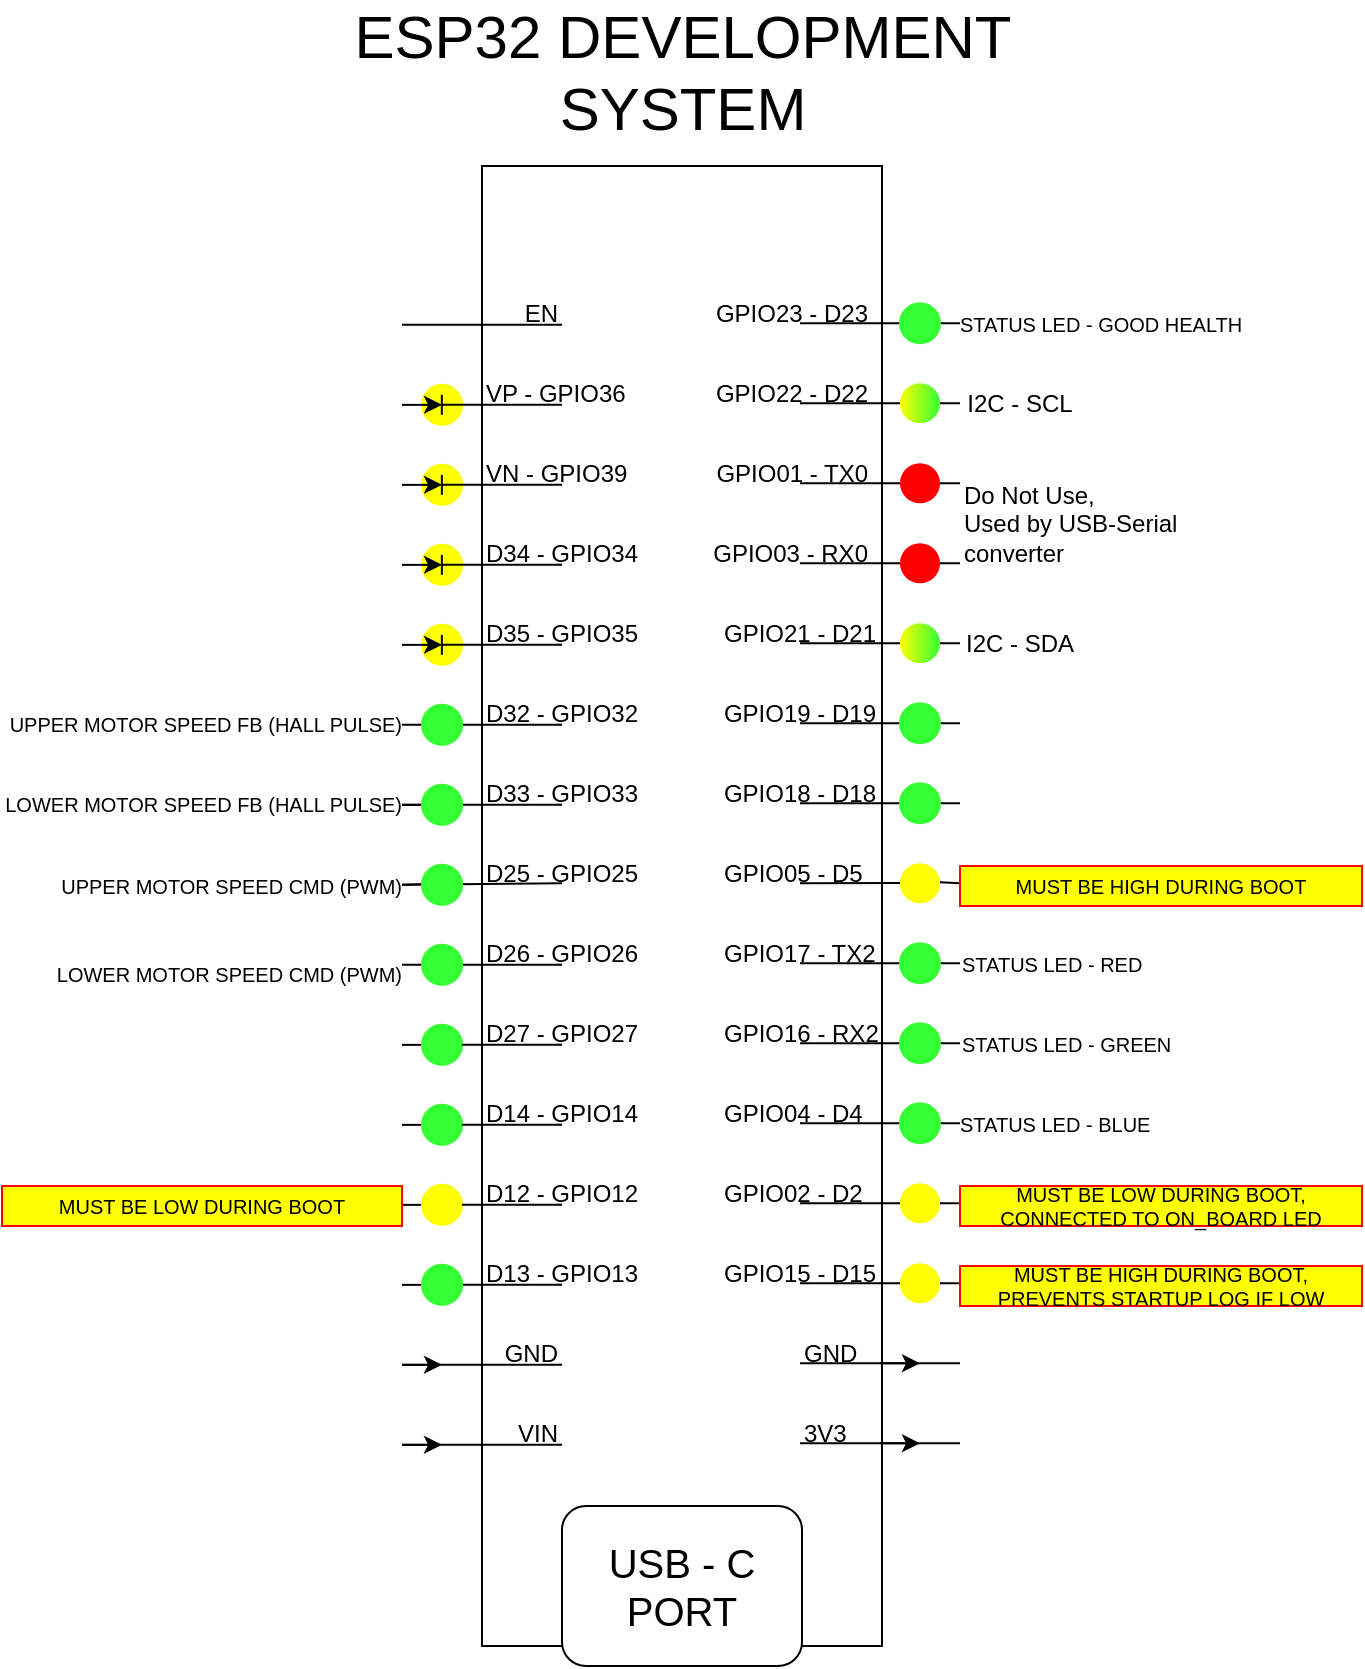
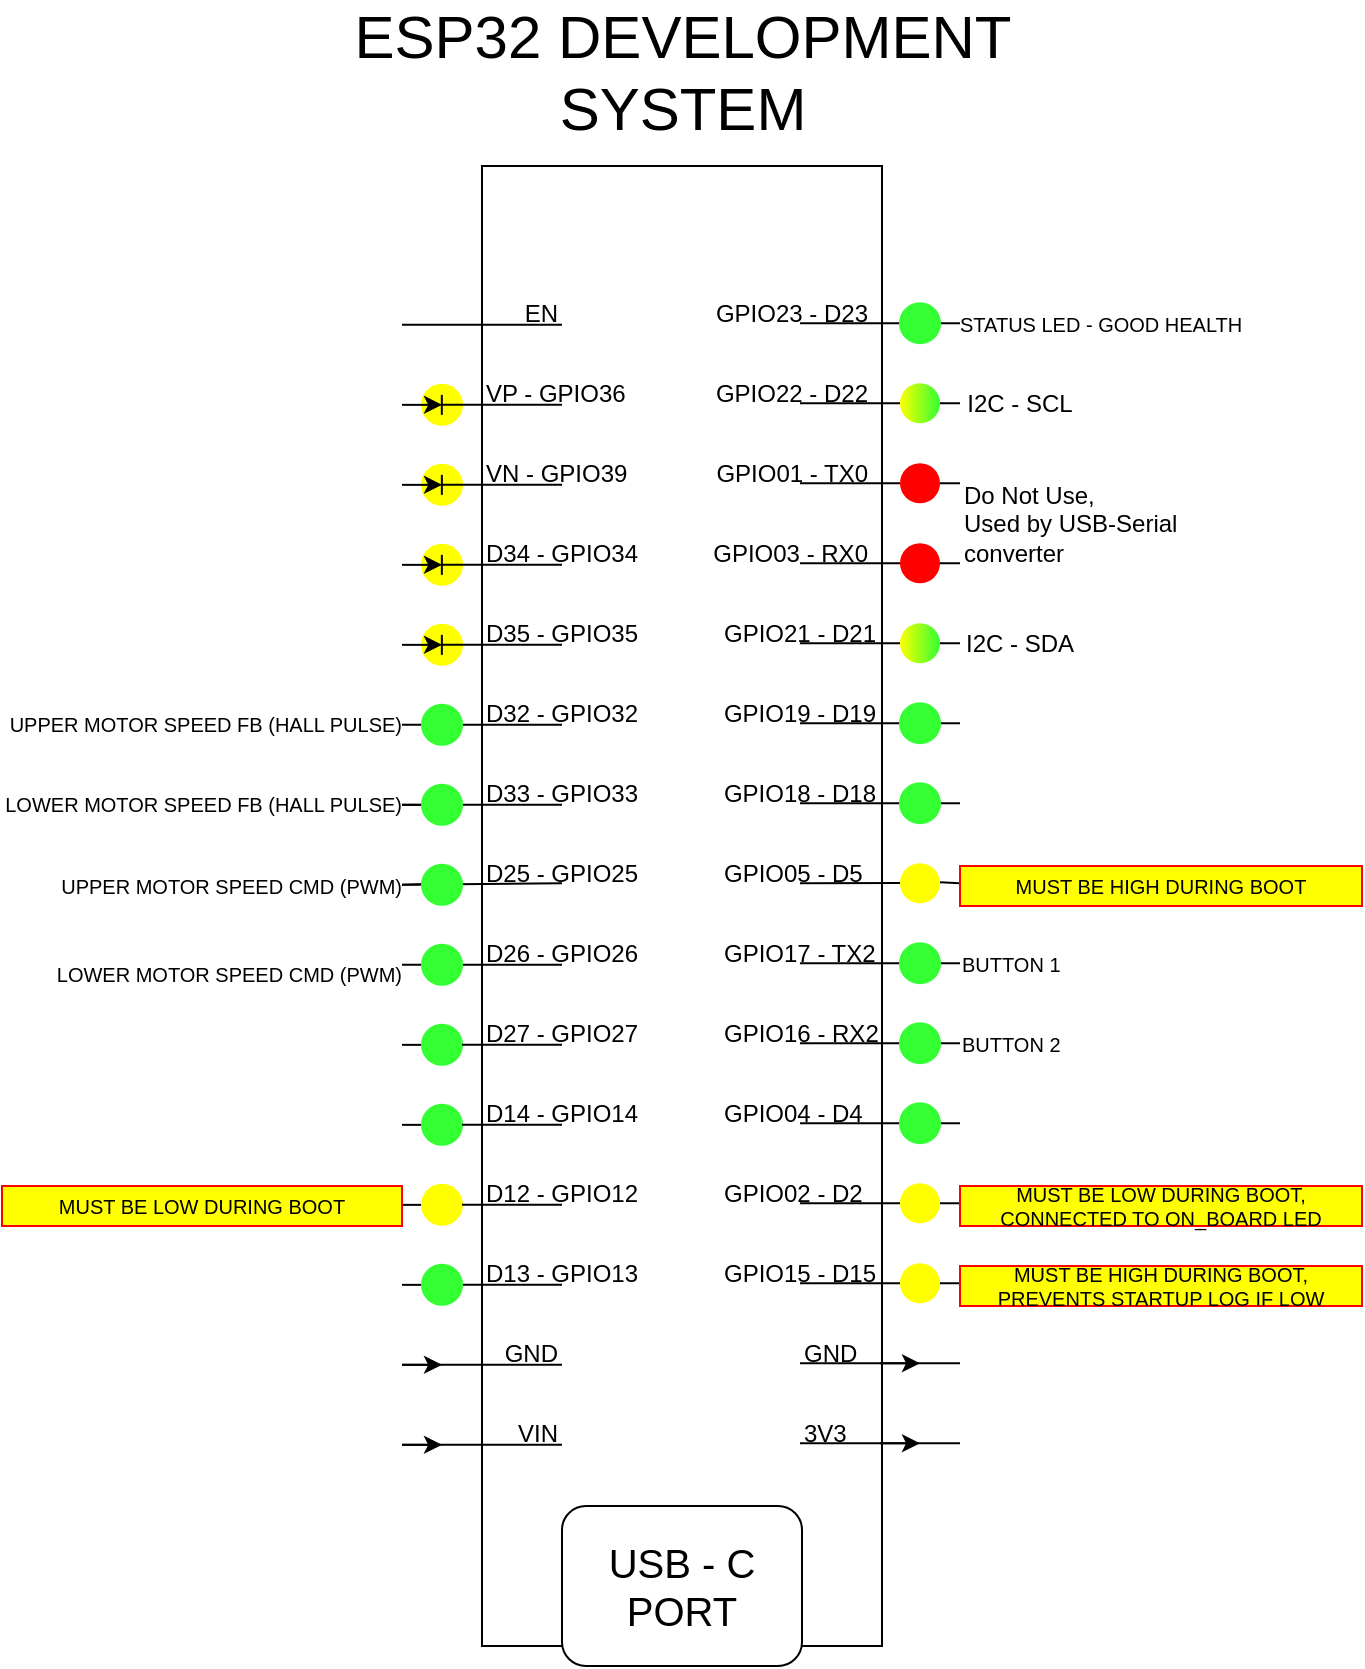
<mxfile host="Electron" agent="Mozilla/5.0 (Windows NT 10.0; Win64; x64) AppleWebKit/537.36 (KHTML, like Gecko) draw.io/29.5.2 Chrome/142.0.7444.265 Electron/39.6.1 Safari/537.36" version="29.5.2">
  <diagram name="Page-1" id="GYwgcU5X_sCvBlKbDRHp">
    <mxGraphModel dx="1213" dy="828" grid="1" gridSize="10" guides="1" tooltips="1" connect="1" arrows="1" fold="1" page="1" pageScale="1" pageWidth="850" pageHeight="1100" math="0" shadow="0">
      <root>
        <mxCell id="0" />
        <mxCell id="1" parent="0" />
        <mxCell id="-yiGoYmpeVD1rC5S9Sgd-11" edge="1" parent="1" source="5_z1-Tb_A7Iwx3X07vql-87" style="endArrow=none;html=1;rounded=0;" value="">
          <mxGeometry height="50" relative="1" width="50" as="geometry">
            <mxPoint x="360" y="599.43" as="sourcePoint" />
            <mxPoint x="280" y="599.43" as="targetPoint" />
          </mxGeometry>
        </mxCell>
        <mxCell id="-yiGoYmpeVD1rC5S9Sgd-12" edge="1" parent="1" source="5_z1-Tb_A7Iwx3X07vql-85" style="endArrow=none;html=1;rounded=0;" value="">
          <mxGeometry height="50" relative="1" width="50" as="geometry">
            <mxPoint x="360" y="639.43" as="sourcePoint" />
            <mxPoint x="280" y="639.43" as="targetPoint" />
          </mxGeometry>
        </mxCell>
        <mxCell id="-yiGoYmpeVD1rC5S9Sgd-13" edge="1" parent="1" source="5_z1-Tb_A7Iwx3X07vql-104" style="endArrow=none;html=1;rounded=0;" value="">
          <mxGeometry height="50" relative="1" width="50" as="geometry">
            <mxPoint x="360" y="679.43" as="sourcePoint" />
            <mxPoint x="280" y="679.43" as="targetPoint" />
          </mxGeometry>
        </mxCell>
        <mxCell id="5_z1-Tb_A7Iwx3X07vql-85" parent="1" style="ellipse;whiteSpace=wrap;html=1;fillColor=#33FF33;strokeColor=#33FF33;" value="" vertex="1">
          <mxGeometry height="20" width="20" x="290" y="629.43" as="geometry" />
        </mxCell>
        <mxCell id="5_z1-Tb_A7Iwx3X07vql-87" parent="1" style="ellipse;whiteSpace=wrap;html=1;fillColor=#33FF33;strokeColor=#33FF33;" value="" vertex="1">
          <mxGeometry height="20" width="20" x="290" y="589.43" as="geometry" />
        </mxCell>
        <mxCell id="5_z1-Tb_A7Iwx3X07vql-104" parent="1" style="ellipse;whiteSpace=wrap;html=1;fillColor=#FFFF00;strokeColor=#FFFF00;" value="" vertex="1">
          <mxGeometry height="20" width="20" x="290" y="669.43" as="geometry" />
        </mxCell>
        <mxCell id="5_z1-Tb_A7Iwx3X07vql-103" parent="1" style="ellipse;whiteSpace=wrap;html=1;fillColor=#FFFF00;strokeColor=#FFFF00;" value="" vertex="1">
          <mxGeometry height="20" width="20" x="290" y="269.43" as="geometry" />
        </mxCell>
        <mxCell id="5_z1-Tb_A7Iwx3X07vql-105" parent="1" style="ellipse;whiteSpace=wrap;html=1;fillColor=#FFFF00;strokeColor=#FFFF00;" value="" vertex="1">
          <mxGeometry height="20" width="20" x="290" y="309.43" as="geometry" />
        </mxCell>
        <mxCell id="5_z1-Tb_A7Iwx3X07vql-106" parent="1" style="ellipse;whiteSpace=wrap;html=1;fillColor=#FFFF00;strokeColor=#FFFF00;" value="" vertex="1">
          <mxGeometry height="20" width="20" x="290" y="349.43" as="geometry" />
        </mxCell>
        <mxCell id="5_z1-Tb_A7Iwx3X07vql-107" parent="1" style="ellipse;whiteSpace=wrap;html=1;fillColor=#FFFF00;strokeColor=#FFFF00;" value="" vertex="1">
          <mxGeometry height="20" width="20" x="290" y="389.43" as="geometry" />
        </mxCell>
        <mxCell id="-yiGoYmpeVD1rC5S9Sgd-1" parent="1" style="rounded=0;html=1;fontSize=30;labelPosition=center;verticalLabelPosition=top;align=center;verticalAlign=bottom;spacing=10;" value="ESP32 DEVELOPMENT&lt;div&gt;SYSTEM&lt;/div&gt;" vertex="1">
          <mxGeometry height="740" width="200" x="320" y="160" as="geometry" />
        </mxCell>
        <mxCell id="-yiGoYmpeVD1rC5S9Sgd-2" edge="1" parent="1" style="endArrow=none;html=1;rounded=0;" value="">
          <mxGeometry height="50" relative="1" width="50" as="geometry">
            <mxPoint x="360" y="239.43" as="sourcePoint" />
            <mxPoint x="280" y="239.43" as="targetPoint" />
          </mxGeometry>
        </mxCell>
        <mxCell id="-yiGoYmpeVD1rC5S9Sgd-3" edge="1" parent="1" style="endArrow=none;html=1;rounded=0;strokeWidth=1;" value="">
          <mxGeometry height="50" relative="1" width="50" as="geometry">
            <mxPoint x="360" y="279.43" as="sourcePoint" />
            <mxPoint x="300" y="279.43" as="targetPoint" />
          </mxGeometry>
        </mxCell>
        <mxCell id="-yiGoYmpeVD1rC5S9Sgd-4" edge="1" parent="1" style="endArrow=none;html=1;rounded=0;" value="">
          <mxGeometry height="50" relative="1" width="50" as="geometry">
            <mxPoint x="360" y="319.43" as="sourcePoint" />
            <mxPoint x="300" y="319.43" as="targetPoint" />
          </mxGeometry>
        </mxCell>
        <mxCell id="-yiGoYmpeVD1rC5S9Sgd-5" edge="1" parent="1" style="endArrow=none;html=1;rounded=0;" value="">
          <mxGeometry height="50" relative="1" width="50" as="geometry">
            <mxPoint x="360" y="359.43" as="sourcePoint" />
            <mxPoint x="300" y="359.43" as="targetPoint" />
          </mxGeometry>
        </mxCell>
        <mxCell id="-yiGoYmpeVD1rC5S9Sgd-6" edge="1" parent="1" style="endArrow=none;html=1;rounded=0;" value="">
          <mxGeometry height="50" relative="1" width="50" as="geometry">
            <mxPoint x="360" y="399.43" as="sourcePoint" />
            <mxPoint x="300" y="399.43" as="targetPoint" />
          </mxGeometry>
        </mxCell>
        <mxCell id="-yiGoYmpeVD1rC5S9Sgd-10" edge="1" parent="1" style="endArrow=none;html=1;rounded=0;" value="">
          <mxGeometry height="50" relative="1" width="50" as="geometry">
            <mxPoint x="360" y="559.43" as="sourcePoint" />
            <mxPoint x="280" y="559.43" as="targetPoint" />
          </mxGeometry>
        </mxCell>
        <mxCell id="-yiGoYmpeVD1rC5S9Sgd-14" edge="1" parent="1" source="5_z1-Tb_A7Iwx3X07vql-130" style="endArrow=none;html=1;rounded=0;" value="">
          <mxGeometry height="50" relative="1" width="50" as="geometry">
            <mxPoint x="360" y="719.43" as="sourcePoint" />
            <mxPoint x="280" y="719.43" as="targetPoint" />
          </mxGeometry>
        </mxCell>
        <mxCell id="-yiGoYmpeVD1rC5S9Sgd-15" edge="1" parent="1" style="endArrow=none;html=1;rounded=0;" value="">
          <mxGeometry height="50" relative="1" width="50" as="geometry">
            <mxPoint x="360" y="759.43" as="sourcePoint" />
            <mxPoint x="280" y="759.43" as="targetPoint" />
          </mxGeometry>
        </mxCell>
        <mxCell id="-yiGoYmpeVD1rC5S9Sgd-16" edge="1" parent="1" style="endArrow=none;html=1;rounded=0;" value="">
          <mxGeometry height="50" relative="1" width="50" as="geometry">
            <mxPoint x="360" y="799.43" as="sourcePoint" />
            <mxPoint x="280" y="799.43" as="targetPoint" />
          </mxGeometry>
        </mxCell>
        <mxCell id="-yiGoYmpeVD1rC5S9Sgd-17" parent="1" style="rounded=1;whiteSpace=wrap;html=1;fontSize=20;" value="USB - C&lt;div&gt;PORT&lt;/div&gt;" vertex="1">
          <mxGeometry height="80" width="120" x="360" y="830" as="geometry" />
        </mxCell>
        <mxCell id="-yiGoYmpeVD1rC5S9Sgd-18" edge="1" parent="1" source="5_z1-Tb_A7Iwx3X07vql-74" style="endArrow=none;html=1;rounded=0;" value="">
          <mxGeometry height="50" relative="1" width="50" as="geometry">
            <mxPoint x="559" y="238.63000000000002" as="sourcePoint" />
            <mxPoint x="479" y="238.63000000000002" as="targetPoint" />
          </mxGeometry>
        </mxCell>
        <mxCell id="-yiGoYmpeVD1rC5S9Sgd-19" edge="1" parent="1" style="endArrow=none;html=1;rounded=0;" value="">
          <mxGeometry height="50" relative="1" width="50" as="geometry">
            <mxPoint x="559" y="278.63" as="sourcePoint" />
            <mxPoint x="479" y="278.63" as="targetPoint" />
          </mxGeometry>
        </mxCell>
        <mxCell id="-yiGoYmpeVD1rC5S9Sgd-20" edge="1" parent="1" source="5_z1-Tb_A7Iwx3X07vql-137" style="endArrow=none;html=1;rounded=0;" value="">
          <mxGeometry height="50" relative="1" width="50" as="geometry">
            <mxPoint x="559" y="318.63" as="sourcePoint" />
            <mxPoint x="479" y="318.63" as="targetPoint" />
          </mxGeometry>
        </mxCell>
        <mxCell id="-yiGoYmpeVD1rC5S9Sgd-21" edge="1" parent="1" style="endArrow=none;html=1;rounded=0;" value="">
          <mxGeometry height="50" relative="1" width="50" as="geometry">
            <mxPoint x="559" y="358.63" as="sourcePoint" />
            <mxPoint x="479" y="358.63" as="targetPoint" />
          </mxGeometry>
        </mxCell>
        <mxCell id="-yiGoYmpeVD1rC5S9Sgd-22" edge="1" parent="1" style="endArrow=none;html=1;rounded=0;" value="">
          <mxGeometry height="50" relative="1" width="50" as="geometry">
            <mxPoint x="559" y="398.63" as="sourcePoint" />
            <mxPoint x="479" y="398.63" as="targetPoint" />
          </mxGeometry>
        </mxCell>
        <mxCell id="-yiGoYmpeVD1rC5S9Sgd-23" edge="1" parent="1" source="5_z1-Tb_A7Iwx3X07vql-72" style="endArrow=none;html=1;rounded=0;" value="">
          <mxGeometry height="50" relative="1" width="50" as="geometry">
            <mxPoint x="559" y="438.63" as="sourcePoint" />
            <mxPoint x="479" y="438.63" as="targetPoint" />
          </mxGeometry>
        </mxCell>
        <mxCell id="-yiGoYmpeVD1rC5S9Sgd-24" edge="1" parent="1" source="5_z1-Tb_A7Iwx3X07vql-76" style="endArrow=none;html=1;rounded=0;" value="">
          <mxGeometry height="50" relative="1" width="50" as="geometry">
            <mxPoint x="559" y="478.63" as="sourcePoint" />
            <mxPoint x="479" y="478.63" as="targetPoint" />
          </mxGeometry>
        </mxCell>
        <mxCell id="-yiGoYmpeVD1rC5S9Sgd-25" edge="1" parent="1" source="5_z1-Tb_A7Iwx3X07vql-119" style="endArrow=none;html=1;rounded=0;" value="">
          <mxGeometry height="50" relative="1" width="50" as="geometry">
            <mxPoint x="559" y="518.6299999999999" as="sourcePoint" />
            <mxPoint x="479" y="518.6299999999999" as="targetPoint" />
          </mxGeometry>
        </mxCell>
        <mxCell id="-yiGoYmpeVD1rC5S9Sgd-26" edge="1" parent="1" source="5_z1-Tb_A7Iwx3X07vql-82" style="endArrow=none;html=1;rounded=0;" value="">
          <mxGeometry height="50" relative="1" width="50" as="geometry">
            <mxPoint x="559" y="558.6299999999999" as="sourcePoint" />
            <mxPoint x="479" y="558.6299999999999" as="targetPoint" />
          </mxGeometry>
        </mxCell>
        <mxCell id="-yiGoYmpeVD1rC5S9Sgd-27" edge="1" parent="1" source="5_z1-Tb_A7Iwx3X07vql-80" style="endArrow=none;html=1;rounded=0;" value="">
          <mxGeometry height="50" relative="1" width="50" as="geometry">
            <mxPoint x="559" y="598.6299999999999" as="sourcePoint" />
            <mxPoint x="479" y="598.6299999999999" as="targetPoint" />
          </mxGeometry>
        </mxCell>
        <mxCell id="-yiGoYmpeVD1rC5S9Sgd-28" edge="1" parent="1" source="5_z1-Tb_A7Iwx3X07vql-78" style="endArrow=none;html=1;rounded=0;" value="">
          <mxGeometry height="50" relative="1" width="50" as="geometry">
            <mxPoint x="559" y="638.6299999999999" as="sourcePoint" />
            <mxPoint x="479" y="638.6299999999999" as="targetPoint" />
          </mxGeometry>
        </mxCell>
        <mxCell id="-yiGoYmpeVD1rC5S9Sgd-29" edge="1" parent="1" source="5_z1-Tb_A7Iwx3X07vql-122" style="endArrow=none;html=1;rounded=0;" value="">
          <mxGeometry height="50" relative="1" width="50" as="geometry">
            <mxPoint x="559" y="678.6299999999999" as="sourcePoint" />
            <mxPoint x="479" y="678.6299999999999" as="targetPoint" />
          </mxGeometry>
        </mxCell>
        <mxCell id="-yiGoYmpeVD1rC5S9Sgd-30" edge="1" parent="1" style="endArrow=none;html=1;rounded=0;" value="">
          <mxGeometry height="50" relative="1" width="50" as="geometry">
            <mxPoint x="559" y="718.6299999999999" as="sourcePoint" />
            <mxPoint x="479" y="718.6299999999999" as="targetPoint" />
          </mxGeometry>
        </mxCell>
        <mxCell id="-yiGoYmpeVD1rC5S9Sgd-31" edge="1" parent="1" style="endArrow=none;html=1;rounded=0;" value="">
          <mxGeometry height="50" relative="1" width="50" as="geometry">
            <mxPoint x="559" y="758.6299999999999" as="sourcePoint" />
            <mxPoint x="479" y="758.6299999999999" as="targetPoint" />
          </mxGeometry>
        </mxCell>
        <mxCell id="-yiGoYmpeVD1rC5S9Sgd-32" edge="1" parent="1" style="endArrow=none;html=1;rounded=0;" value="">
          <mxGeometry height="50" relative="1" width="50" as="geometry">
            <mxPoint x="559" y="798.6299999999999" as="sourcePoint" />
            <mxPoint x="479" y="798.6299999999999" as="targetPoint" />
          </mxGeometry>
        </mxCell>
        <mxCell id="-yiGoYmpeVD1rC5S9Sgd-36" parent="1" style="text;html=1;whiteSpace=wrap;strokeColor=none;fillColor=none;align=left;verticalAlign=middle;rounded=0;labelPosition=center;verticalLabelPosition=middle;" value="3V3" vertex="1">
          <mxGeometry height="10" width="40" x="479" y="788.6299999999999" as="geometry" />
        </mxCell>
        <mxCell id="-yiGoYmpeVD1rC5S9Sgd-37" parent="1" style="text;html=1;whiteSpace=wrap;strokeColor=none;fillColor=none;align=left;verticalAlign=middle;rounded=0;labelPosition=center;verticalLabelPosition=middle;" value="GND" vertex="1">
          <mxGeometry height="10" width="40" x="479" y="748.6299999999999" as="geometry" />
        </mxCell>
        <mxCell id="-yiGoYmpeVD1rC5S9Sgd-38" parent="1" style="text;html=1;whiteSpace=wrap;strokeColor=none;fillColor=none;align=left;verticalAlign=middle;rounded=0;labelPosition=center;verticalLabelPosition=middle;" value="GPIO15 - D15" vertex="1">
          <mxGeometry height="10" width="80" x="439" y="708.6299999999999" as="geometry" />
        </mxCell>
        <mxCell id="-yiGoYmpeVD1rC5S9Sgd-39" parent="1" style="text;html=1;whiteSpace=wrap;strokeColor=none;fillColor=none;align=left;verticalAlign=middle;rounded=0;labelPosition=center;verticalLabelPosition=middle;" value="GPIO02 - D2" vertex="1">
          <mxGeometry height="10" width="80" x="439" y="668.6299999999999" as="geometry" />
        </mxCell>
        <mxCell id="-yiGoYmpeVD1rC5S9Sgd-40" parent="1" style="text;html=1;whiteSpace=wrap;strokeColor=none;fillColor=none;align=left;verticalAlign=middle;rounded=0;labelPosition=center;verticalLabelPosition=middle;" value="GPIO04 - D4" vertex="1">
          <mxGeometry height="10" width="80" x="439" y="628.6299999999999" as="geometry" />
        </mxCell>
        <mxCell id="-yiGoYmpeVD1rC5S9Sgd-41" parent="1" style="text;html=1;whiteSpace=wrap;strokeColor=none;fillColor=none;align=left;verticalAlign=middle;rounded=0;labelPosition=center;verticalLabelPosition=middle;" value="GPIO16 - RX2" vertex="1">
          <mxGeometry height="10" width="80" x="439" y="588.6299999999999" as="geometry" />
        </mxCell>
        <mxCell id="-yiGoYmpeVD1rC5S9Sgd-42" parent="1" style="text;html=1;whiteSpace=wrap;strokeColor=none;fillColor=none;align=left;verticalAlign=middle;rounded=0;labelPosition=center;verticalLabelPosition=middle;" value="GPIO17 - TX2" vertex="1">
          <mxGeometry height="10" width="80" x="439" y="548.6299999999999" as="geometry" />
        </mxCell>
        <mxCell id="-yiGoYmpeVD1rC5S9Sgd-43" parent="1" style="text;html=1;whiteSpace=wrap;strokeColor=none;fillColor=none;align=left;verticalAlign=middle;rounded=0;labelPosition=center;verticalLabelPosition=middle;" value="GPIO05 - D5" vertex="1">
          <mxGeometry height="10" width="80" x="439" y="508.63" as="geometry" />
        </mxCell>
        <mxCell id="-yiGoYmpeVD1rC5S9Sgd-44" parent="1" style="text;html=1;whiteSpace=wrap;strokeColor=none;fillColor=none;align=right;verticalAlign=middle;rounded=0;labelPosition=center;verticalLabelPosition=middle;" value="GPIO18 - D18" vertex="1">
          <mxGeometry height="10" width="80" x="439" y="468.63" as="geometry" />
        </mxCell>
        <mxCell id="-yiGoYmpeVD1rC5S9Sgd-45" parent="1" style="text;html=1;whiteSpace=wrap;strokeColor=none;fillColor=none;align=right;verticalAlign=middle;rounded=0;labelPosition=center;verticalLabelPosition=middle;" value="GPIO19 - D19" vertex="1">
          <mxGeometry height="10" width="80" x="439" y="428.63" as="geometry" />
        </mxCell>
        <mxCell id="-yiGoYmpeVD1rC5S9Sgd-49" parent="1" style="text;html=1;whiteSpace=wrap;strokeColor=none;fillColor=none;align=left;verticalAlign=middle;rounded=0;labelPosition=center;verticalLabelPosition=middle;" value="GPIO21 - D21" vertex="1">
          <mxGeometry height="10" width="80" x="439" y="388.63" as="geometry" />
        </mxCell>
        <mxCell id="-yiGoYmpeVD1rC5S9Sgd-50" parent="1" style="text;html=1;whiteSpace=wrap;strokeColor=none;fillColor=none;align=right;verticalAlign=middle;rounded=0;labelPosition=center;verticalLabelPosition=middle;" value="GPIO03 - RX0" vertex="1">
          <mxGeometry height="10" width="100" x="415" y="348.63" as="geometry" />
        </mxCell>
        <mxCell id="-yiGoYmpeVD1rC5S9Sgd-51" parent="1" style="text;html=1;whiteSpace=wrap;strokeColor=none;fillColor=none;align=right;verticalAlign=middle;rounded=0;labelPosition=center;verticalLabelPosition=middle;" value="GPIO01 - TX0" vertex="1">
          <mxGeometry height="10" width="100" x="415" y="308.63" as="geometry" />
        </mxCell>
        <mxCell id="-yiGoYmpeVD1rC5S9Sgd-52" parent="1" style="text;html=1;whiteSpace=wrap;strokeColor=none;fillColor=none;align=right;verticalAlign=middle;rounded=0;labelPosition=center;verticalLabelPosition=middle;" value="GPIO22 - D22" vertex="1">
          <mxGeometry height="10" width="100" x="415" y="268.63" as="geometry" />
        </mxCell>
        <mxCell id="-yiGoYmpeVD1rC5S9Sgd-53" parent="1" style="text;html=1;whiteSpace=wrap;strokeColor=none;fillColor=none;align=right;verticalAlign=middle;rounded=0;labelPosition=center;verticalLabelPosition=middle;" value="GPIO23 - D23" vertex="1">
          <mxGeometry height="10" width="110" x="405" y="228.63000000000002" as="geometry" />
        </mxCell>
        <mxCell id="-yiGoYmpeVD1rC5S9Sgd-56" parent="1" style="text;html=1;whiteSpace=wrap;strokeColor=none;fillColor=none;align=right;verticalAlign=middle;rounded=0;labelPosition=center;verticalLabelPosition=middle;" value="VIN" vertex="1">
          <mxGeometry height="10" width="30" x="330" y="789.43" as="geometry" />
        </mxCell>
        <mxCell id="-yiGoYmpeVD1rC5S9Sgd-57" parent="1" style="text;html=1;whiteSpace=wrap;strokeColor=none;fillColor=none;align=right;verticalAlign=middle;rounded=0;labelPosition=center;verticalLabelPosition=middle;" value="GND" vertex="1">
          <mxGeometry height="10" width="30" x="330" y="749.43" as="geometry" />
        </mxCell>
        <mxCell id="-yiGoYmpeVD1rC5S9Sgd-58" parent="1" style="text;html=1;whiteSpace=wrap;strokeColor=none;fillColor=none;align=left;verticalAlign=middle;rounded=0;labelPosition=center;verticalLabelPosition=middle;" value="D13 - GPIO13" vertex="1">
          <mxGeometry height="10" width="80" x="320" y="709.43" as="geometry" />
        </mxCell>
        <mxCell id="-yiGoYmpeVD1rC5S9Sgd-59" parent="1" style="text;html=1;whiteSpace=wrap;strokeColor=none;fillColor=none;align=left;verticalAlign=middle;rounded=0;labelPosition=center;verticalLabelPosition=middle;" value="D12 - GPIO12" vertex="1">
          <mxGeometry height="10" width="80" x="320" y="669.43" as="geometry" />
        </mxCell>
        <mxCell id="-yiGoYmpeVD1rC5S9Sgd-60" parent="1" style="text;html=1;whiteSpace=wrap;strokeColor=none;fillColor=none;align=left;verticalAlign=middle;rounded=0;labelPosition=center;verticalLabelPosition=middle;" value="D14 - GPIO14" vertex="1">
          <mxGeometry height="10" width="80" x="320" y="629.43" as="geometry" />
        </mxCell>
        <mxCell id="-yiGoYmpeVD1rC5S9Sgd-61" parent="1" style="text;html=1;whiteSpace=wrap;strokeColor=none;fillColor=none;align=left;verticalAlign=middle;rounded=0;labelPosition=center;verticalLabelPosition=middle;" value="D27 - GPIO27" vertex="1">
          <mxGeometry height="10" width="80" x="320" y="589.43" as="geometry" />
        </mxCell>
        <mxCell id="-yiGoYmpeVD1rC5S9Sgd-62" parent="1" style="text;html=1;whiteSpace=wrap;strokeColor=none;fillColor=none;align=left;verticalAlign=middle;rounded=0;labelPosition=center;verticalLabelPosition=middle;" value="D26 - GPIO26" vertex="1">
          <mxGeometry height="10" width="80" x="320" y="549.43" as="geometry" />
        </mxCell>
        <mxCell id="-yiGoYmpeVD1rC5S9Sgd-63" parent="1" style="text;html=1;whiteSpace=wrap;strokeColor=none;fillColor=none;align=left;verticalAlign=middle;rounded=0;labelPosition=center;verticalLabelPosition=middle;" value="D25 - GPIO25" vertex="1">
          <mxGeometry height="10" width="80" x="320" y="509.43" as="geometry" />
        </mxCell>
        <mxCell id="-yiGoYmpeVD1rC5S9Sgd-64" parent="1" style="text;html=1;whiteSpace=wrap;strokeColor=none;fillColor=none;align=left;verticalAlign=middle;rounded=0;labelPosition=center;verticalLabelPosition=middle;" value="D33 - GPIO33" vertex="1">
          <mxGeometry height="10" width="80" x="320" y="469.43" as="geometry" />
        </mxCell>
        <mxCell id="-yiGoYmpeVD1rC5S9Sgd-65" parent="1" style="text;html=1;whiteSpace=wrap;strokeColor=none;fillColor=none;align=left;verticalAlign=middle;rounded=0;labelPosition=center;verticalLabelPosition=middle;" value="D32 - GPIO32" vertex="1">
          <mxGeometry height="10" width="80" x="320" y="429.43" as="geometry" />
        </mxCell>
        <mxCell id="-yiGoYmpeVD1rC5S9Sgd-66" parent="1" style="text;html=1;whiteSpace=wrap;strokeColor=none;fillColor=none;align=left;verticalAlign=middle;rounded=0;labelPosition=center;verticalLabelPosition=middle;" value="D35 - GPIO35" vertex="1">
          <mxGeometry height="10" width="80" x="320" y="389.43" as="geometry" />
        </mxCell>
        <mxCell id="-yiGoYmpeVD1rC5S9Sgd-67" parent="1" style="text;html=1;whiteSpace=wrap;strokeColor=none;fillColor=none;align=left;verticalAlign=middle;rounded=0;labelPosition=center;verticalLabelPosition=middle;" value="D34 - GPIO34" vertex="1">
          <mxGeometry height="10" width="80" x="320" y="349.43" as="geometry" />
        </mxCell>
        <mxCell id="-yiGoYmpeVD1rC5S9Sgd-68" parent="1" style="text;html=1;whiteSpace=wrap;strokeColor=none;fillColor=none;align=left;verticalAlign=middle;rounded=0;labelPosition=center;verticalLabelPosition=middle;" value="VN - GPIO39" vertex="1">
          <mxGeometry height="10" width="80" x="320" y="309.43" as="geometry" />
        </mxCell>
        <mxCell id="-yiGoYmpeVD1rC5S9Sgd-69" parent="1" style="text;html=1;whiteSpace=wrap;strokeColor=none;fillColor=none;align=left;verticalAlign=middle;rounded=0;labelPosition=center;verticalLabelPosition=middle;" value="VP - GPIO36" vertex="1">
          <mxGeometry height="10" width="80" x="320" y="269.43" as="geometry" />
        </mxCell>
        <mxCell id="-yiGoYmpeVD1rC5S9Sgd-70" parent="1" style="text;html=1;whiteSpace=wrap;strokeColor=none;fillColor=none;align=right;verticalAlign=middle;rounded=0;labelPosition=center;verticalLabelPosition=middle;" value="EN" vertex="1">
          <mxGeometry height="10" width="30" x="330" y="229.43" as="geometry" />
        </mxCell>
        <mxCell id="5_z1-Tb_A7Iwx3X07vql-57" edge="1" parent="1" style="endArrow=classic;html=1;rounded=0;" value="">
          <mxGeometry height="50" relative="1" width="50" as="geometry">
            <mxPoint x="300" y="279.4299999999999" as="sourcePoint" />
            <mxPoint x="300" y="279.43" as="targetPoint" />
          </mxGeometry>
        </mxCell>
        <mxCell id="5_z1-Tb_A7Iwx3X07vql-58" edge="1" parent="1" style="endArrow=classic;html=1;rounded=0;" value="">
          <mxGeometry height="50" relative="1" width="50" as="geometry">
            <mxPoint x="280" y="319.43" as="sourcePoint" />
            <mxPoint x="300" y="319.43" as="targetPoint" />
          </mxGeometry>
        </mxCell>
        <mxCell id="5_z1-Tb_A7Iwx3X07vql-59" edge="1" parent="1" style="endArrow=classic;html=1;rounded=0;" value="">
          <mxGeometry height="50" relative="1" width="50" as="geometry">
            <mxPoint x="280" y="359.43" as="sourcePoint" />
            <mxPoint x="300" y="359.43" as="targetPoint" />
          </mxGeometry>
        </mxCell>
        <mxCell id="5_z1-Tb_A7Iwx3X07vql-60" edge="1" parent="1" style="endArrow=classic;html=1;rounded=0;" value="">
          <mxGeometry height="50" relative="1" width="50" as="geometry">
            <mxPoint x="280" y="399.43" as="sourcePoint" />
            <mxPoint x="300" y="399.43" as="targetPoint" />
          </mxGeometry>
        </mxCell>
        <mxCell id="5_z1-Tb_A7Iwx3X07vql-61" parent="1" style="text;html=1;whiteSpace=wrap;strokeColor=none;fillColor=none;align=center;verticalAlign=middle;rounded=0;" value="I2C - SCL" vertex="1">
          <mxGeometry height="20" width="60" x="559" y="268.63" as="geometry" />
        </mxCell>
        <mxCell id="5_z1-Tb_A7Iwx3X07vql-62" parent="1" style="text;html=1;whiteSpace=wrap;strokeColor=none;fillColor=none;align=center;verticalAlign=middle;rounded=0;" value="I2C - SDA" vertex="1">
          <mxGeometry height="20" width="60" x="559" y="388.63" as="geometry" />
        </mxCell>
        <mxCell id="5_z1-Tb_A7Iwx3X07vql-63" parent="1" style="text;html=1;whiteSpace=wrap;strokeColor=none;fillColor=none;align=left;verticalAlign=middle;rounded=0;" value="Do Not Use,&lt;div&gt;Used by USB-Serial converter&lt;/div&gt;" vertex="1">
          <mxGeometry height="60" width="120" x="559" y="308.63" as="geometry" />
        </mxCell>
        <mxCell id="5_z1-Tb_A7Iwx3X07vql-64" edge="1" parent="1" style="endArrow=classic;html=1;rounded=0;" value="">
          <mxGeometry height="50" relative="1" width="50" as="geometry">
            <mxPoint x="519" y="798.6299999999999" as="sourcePoint" />
            <mxPoint x="539" y="798.6299999999999" as="targetPoint" />
          </mxGeometry>
        </mxCell>
        <mxCell id="5_z1-Tb_A7Iwx3X07vql-65" edge="1" parent="1" style="endArrow=classic;html=1;rounded=0;" value="">
          <mxGeometry height="50" relative="1" width="50" as="geometry">
            <mxPoint x="519" y="758.6299999999999" as="sourcePoint" />
            <mxPoint x="539" y="758.6299999999999" as="targetPoint" />
          </mxGeometry>
        </mxCell>
        <mxCell id="5_z1-Tb_A7Iwx3X07vql-68" edge="1" parent="1" style="endArrow=classic;html=1;rounded=0;" value="">
          <mxGeometry height="50" relative="1" width="50" as="geometry">
            <mxPoint x="280" y="799.43" as="sourcePoint" />
            <mxPoint x="300" y="799.43" as="targetPoint" />
          </mxGeometry>
        </mxCell>
        <mxCell id="5_z1-Tb_A7Iwx3X07vql-69" edge="1" parent="1" style="endArrow=classic;html=1;rounded=0;" value="">
          <mxGeometry height="50" relative="1" width="50" as="geometry">
            <mxPoint x="280" y="759.43" as="sourcePoint" />
            <mxPoint x="300" y="759.43" as="targetPoint" />
          </mxGeometry>
        </mxCell>
        <mxCell id="5_z1-Tb_A7Iwx3X07vql-73" edge="1" parent="1" style="endArrow=none;html=1;rounded=0;" target="5_z1-Tb_A7Iwx3X07vql-72" value="">
          <mxGeometry height="50" relative="1" width="50" as="geometry">
            <mxPoint x="559" y="438.63" as="sourcePoint" />
            <mxPoint x="479" y="438.63" as="targetPoint" />
          </mxGeometry>
        </mxCell>
        <mxCell id="5_z1-Tb_A7Iwx3X07vql-72" parent="1" style="ellipse;whiteSpace=wrap;html=1;fillColor=#33FF33;strokeColor=#33FF33;" value="" vertex="1">
          <mxGeometry height="20" width="20" x="529" y="428.63" as="geometry" />
        </mxCell>
        <mxCell id="5_z1-Tb_A7Iwx3X07vql-75" edge="1" parent="1" style="endArrow=none;html=1;rounded=0;" target="5_z1-Tb_A7Iwx3X07vql-74" value="">
          <mxGeometry height="50" relative="1" width="50" as="geometry">
            <mxPoint x="559" y="238.63000000000002" as="sourcePoint" />
            <mxPoint x="479" y="238.63000000000002" as="targetPoint" />
          </mxGeometry>
        </mxCell>
        <mxCell id="5_z1-Tb_A7Iwx3X07vql-74" parent="1" style="ellipse;whiteSpace=wrap;html=1;fillColor=#33FF33;strokeColor=#33FF33;" value="" vertex="1">
          <mxGeometry height="20" width="20" x="529" y="228.63000000000002" as="geometry" />
        </mxCell>
        <mxCell id="5_z1-Tb_A7Iwx3X07vql-77" edge="1" parent="1" style="endArrow=none;html=1;rounded=0;" target="5_z1-Tb_A7Iwx3X07vql-76" value="">
          <mxGeometry height="50" relative="1" width="50" as="geometry">
            <mxPoint x="559" y="478.63" as="sourcePoint" />
            <mxPoint x="479" y="478.63" as="targetPoint" />
          </mxGeometry>
        </mxCell>
        <mxCell id="5_z1-Tb_A7Iwx3X07vql-76" parent="1" style="ellipse;whiteSpace=wrap;html=1;fillColor=#33FF33;strokeColor=#33FF33;" value="" vertex="1">
          <mxGeometry height="20" width="20" x="529" y="468.63" as="geometry" />
        </mxCell>
        <mxCell id="5_z1-Tb_A7Iwx3X07vql-79" edge="1" parent="1" style="endArrow=none;html=1;rounded=0;" target="5_z1-Tb_A7Iwx3X07vql-78" value="">
          <mxGeometry height="50" relative="1" width="50" as="geometry">
            <mxPoint x="559" y="638.6299999999999" as="sourcePoint" />
            <mxPoint x="479" y="638.6299999999999" as="targetPoint" />
          </mxGeometry>
        </mxCell>
        <mxCell id="5_z1-Tb_A7Iwx3X07vql-78" parent="1" style="ellipse;whiteSpace=wrap;html=1;fillColor=#33FF33;strokeColor=#33FF33;" value="" vertex="1">
          <mxGeometry height="20" width="20" x="529" y="628.6299999999999" as="geometry" />
        </mxCell>
        <mxCell id="5_z1-Tb_A7Iwx3X07vql-81" edge="1" parent="1" style="endArrow=none;html=1;rounded=0;" target="5_z1-Tb_A7Iwx3X07vql-80" value="">
          <mxGeometry height="50" relative="1" width="50" as="geometry">
            <mxPoint x="559" y="598.6299999999999" as="sourcePoint" />
            <mxPoint x="479" y="598.6299999999999" as="targetPoint" />
          </mxGeometry>
        </mxCell>
        <mxCell id="5_z1-Tb_A7Iwx3X07vql-80" parent="1" style="ellipse;whiteSpace=wrap;html=1;fillColor=#33FF33;strokeColor=#33FF33;" value="" vertex="1">
          <mxGeometry height="20" width="20" x="529" y="588.6299999999999" as="geometry" />
        </mxCell>
        <mxCell id="5_z1-Tb_A7Iwx3X07vql-83" edge="1" parent="1" style="endArrow=none;html=1;rounded=0;" target="5_z1-Tb_A7Iwx3X07vql-82" value="">
          <mxGeometry height="50" relative="1" width="50" as="geometry">
            <mxPoint x="559" y="558.6299999999999" as="sourcePoint" />
            <mxPoint x="479" y="558.6299999999999" as="targetPoint" />
          </mxGeometry>
        </mxCell>
        <mxCell id="5_z1-Tb_A7Iwx3X07vql-82" parent="1" style="ellipse;whiteSpace=wrap;html=1;fillColor=#33FF33;strokeColor=#33FF33;" value="" vertex="1">
          <mxGeometry height="20" width="20" x="529" y="548.6299999999999" as="geometry" />
        </mxCell>
        <mxCell id="5_z1-Tb_A7Iwx3X07vql-86" edge="1" parent="1" style="endArrow=none;html=1;rounded=0;" target="5_z1-Tb_A7Iwx3X07vql-85" value="">
          <mxGeometry height="50" relative="1" width="50" as="geometry">
            <mxPoint x="360" y="639.43" as="sourcePoint" />
            <mxPoint x="280" y="639.43" as="targetPoint" />
          </mxGeometry>
        </mxCell>
        <mxCell id="5_z1-Tb_A7Iwx3X07vql-88" edge="1" parent="1" style="endArrow=none;html=1;rounded=0;" target="5_z1-Tb_A7Iwx3X07vql-87" value="">
          <mxGeometry height="50" relative="1" width="50" as="geometry">
            <mxPoint x="360" y="599.43" as="sourcePoint" />
            <mxPoint x="280" y="599.43" as="targetPoint" />
          </mxGeometry>
        </mxCell>
        <mxCell id="5_z1-Tb_A7Iwx3X07vql-93" edge="1" parent="1" style="endArrow=none;html=1;rounded=0;" value="">
          <mxGeometry height="50" relative="1" width="50" as="geometry">
            <mxPoint x="360" y="439.43" as="sourcePoint" />
            <mxPoint x="280" y="439.43" as="targetPoint" />
          </mxGeometry>
        </mxCell>
        <mxCell id="5_z1-Tb_A7Iwx3X07vql-94" edge="1" parent="1" style="endArrow=none;html=1;rounded=0;" value="">
          <mxGeometry height="50" relative="1" width="50" as="geometry">
            <mxPoint x="360" y="479.43" as="sourcePoint" />
            <mxPoint x="280" y="479.43" as="targetPoint" />
          </mxGeometry>
        </mxCell>
        <mxCell id="5_z1-Tb_A7Iwx3X07vql-99" edge="1" parent="1" style="endArrow=none;html=1;rounded=0;" value="">
          <mxGeometry height="50" relative="1" width="50" as="geometry">
            <mxPoint x="360" y="518.66" as="sourcePoint" />
            <mxPoint x="280" y="519.43" as="targetPoint" />
          </mxGeometry>
        </mxCell>
        <mxCell id="5_z1-Tb_A7Iwx3X07vql-101" edge="1" parent="1" style="endArrow=classic;html=1;rounded=0;" value="">
          <mxGeometry height="50" relative="1" width="50" as="geometry">
            <mxPoint x="280" y="279.43" as="sourcePoint" />
            <mxPoint x="300" y="279.43" as="targetPoint" />
          </mxGeometry>
        </mxCell>
        <mxCell id="5_z1-Tb_A7Iwx3X07vql-108" edge="1" parent="1" style="endArrow=none;html=1;rounded=0;" target="5_z1-Tb_A7Iwx3X07vql-104" value="">
          <mxGeometry height="50" relative="1" width="50" as="geometry">
            <mxPoint x="360" y="679.43" as="sourcePoint" />
            <mxPoint x="280" y="679.43" as="targetPoint" />
          </mxGeometry>
        </mxCell>
        <mxCell id="5_z1-Tb_A7Iwx3X07vql-109" parent="1" style="ellipse;whiteSpace=wrap;html=1;fillColor=#FFFF00;strokeColor=none;gradientColor=#33FF33;gradientDirection=east;" value="" vertex="1">
          <mxGeometry height="20" width="20" x="529" y="268.63" as="geometry" />
        </mxCell>
        <mxCell id="5_z1-Tb_A7Iwx3X07vql-110" parent="1" style="ellipse;whiteSpace=wrap;html=1;fillColor=#FFFF00;strokeColor=none;gradientColor=#33FF33;gradientDirection=east;" value="" vertex="1">
          <mxGeometry height="20" width="20" x="529" y="388.63" as="geometry" />
        </mxCell>
        <mxCell id="5_z1-Tb_A7Iwx3X07vql-89" parent="1" style="ellipse;whiteSpace=wrap;html=1;fillColor=#33FF33;strokeColor=#33FF33;" value="" vertex="1">
          <mxGeometry height="20" width="20" x="290" y="549.43" as="geometry" />
        </mxCell>
        <mxCell id="5_z1-Tb_A7Iwx3X07vql-114" edge="1" parent="1" source="5_z1-Tb_A7Iwx3X07vql-117" style="endArrow=none;html=1;rounded=0;" value="">
          <mxGeometry height="50" relative="1" width="50" as="geometry">
            <mxPoint x="360" y="479.43" as="sourcePoint" />
            <mxPoint x="280" y="479.43" as="targetPoint" />
          </mxGeometry>
        </mxCell>
        <mxCell id="5_z1-Tb_A7Iwx3X07vql-115" edge="1" parent="1" source="5_z1-Tb_A7Iwx3X07vql-116" style="endArrow=none;html=1;rounded=0;" value="">
          <mxGeometry height="50" relative="1" width="50" as="geometry">
            <mxPoint x="360" y="519.43" as="sourcePoint" />
            <mxPoint x="280" y="519.43" as="targetPoint" />
          </mxGeometry>
        </mxCell>
        <mxCell id="5_z1-Tb_A7Iwx3X07vql-116" parent="1" style="ellipse;whiteSpace=wrap;html=1;fillColor=#33FF33;strokeColor=#33FF33;" value="" vertex="1">
          <mxGeometry height="20" width="20" x="290" y="509.43" as="geometry" />
        </mxCell>
        <mxCell id="5_z1-Tb_A7Iwx3X07vql-117" parent="1" style="ellipse;whiteSpace=wrap;html=1;fillColor=#33FF33;strokeColor=#33FF33;" value="" vertex="1">
          <mxGeometry height="20" width="20" x="290" y="469.43" as="geometry" />
        </mxCell>
        <mxCell id="5_z1-Tb_A7Iwx3X07vql-118" parent="1" style="ellipse;whiteSpace=wrap;html=1;fillColor=#33FF33;strokeColor=#33FF33;" value="" vertex="1">
          <mxGeometry height="20" width="20" x="290" y="429.43" as="geometry" />
        </mxCell>
        <mxCell id="5_z1-Tb_A7Iwx3X07vql-120" edge="1" parent="1" style="endArrow=none;html=1;rounded=0;" target="5_z1-Tb_A7Iwx3X07vql-119" value="">
          <mxGeometry height="50" relative="1" width="50" as="geometry">
            <mxPoint x="559" y="518.6299999999999" as="sourcePoint" />
            <mxPoint x="479" y="518.6299999999999" as="targetPoint" />
          </mxGeometry>
        </mxCell>
        <mxCell id="5_z1-Tb_A7Iwx3X07vql-119" parent="1" style="ellipse;whiteSpace=wrap;html=1;fillColor=#FFFF00;strokeColor=none;" value="" vertex="1">
          <mxGeometry height="20" width="20" x="529" y="508.63" as="geometry" />
        </mxCell>
        <mxCell id="5_z1-Tb_A7Iwx3X07vql-121" parent="1" style="ellipse;whiteSpace=wrap;html=1;fillColor=#FFFF00;strokeColor=none;" value="" vertex="1">
          <mxGeometry height="20" width="20" x="529" y="708.6299999999999" as="geometry" />
        </mxCell>
        <mxCell id="5_z1-Tb_A7Iwx3X07vql-123" edge="1" parent="1" style="endArrow=none;html=1;rounded=0;" target="5_z1-Tb_A7Iwx3X07vql-122" value="">
          <mxGeometry height="50" relative="1" width="50" as="geometry">
            <mxPoint x="559" y="678.6299999999999" as="sourcePoint" />
            <mxPoint x="479" y="678.6299999999999" as="targetPoint" />
          </mxGeometry>
        </mxCell>
        <mxCell id="5_z1-Tb_A7Iwx3X07vql-122" parent="1" style="ellipse;whiteSpace=wrap;html=1;fillColor=#FFFF00;strokeColor=none;" value="" vertex="1">
          <mxGeometry height="20" width="20" x="529" y="668.6299999999999" as="geometry" />
        </mxCell>
        <mxCell id="5_z1-Tb_A7Iwx3X07vql-124" parent="1" style="text;html=1;whiteSpace=wrap;strokeColor=none;fillColor=none;align=right;verticalAlign=middle;rounded=0;fontSize=10;spacing=0;" value="UPPER MOTOR SPEED CMD (PWM)" vertex="1">
          <mxGeometry height="10" width="200" x="80" y="515" as="geometry" />
        </mxCell>
        <mxCell id="5_z1-Tb_A7Iwx3X07vql-127" parent="1" style="text;html=1;whiteSpace=wrap;strokeColor=none;fillColor=none;align=right;verticalAlign=middle;rounded=0;fontSize=10;spacing=0;" value="UPPER MOTOR SPEED FB (HALL PULSE)" vertex="1">
          <mxGeometry height="10" width="200" x="80" y="433.63" as="geometry" />
        </mxCell>
        <mxCell id="5_z1-Tb_A7Iwx3X07vql-129" parent="1" style="text;html=1;whiteSpace=wrap;strokeColor=none;fillColor=none;align=right;verticalAlign=middle;rounded=0;fontSize=10;spacing=0;" value="LOWER MOTOR SPEED FB (HALL PULSE)" vertex="1">
          <mxGeometry height="10" width="200" x="80" y="473.63" as="geometry" />
        </mxCell>
        <mxCell id="5_z1-Tb_A7Iwx3X07vql-131" edge="1" parent="1" style="endArrow=none;html=1;rounded=0;" target="5_z1-Tb_A7Iwx3X07vql-130" value="">
          <mxGeometry height="50" relative="1" width="50" as="geometry">
            <mxPoint x="360" y="719.43" as="sourcePoint" />
            <mxPoint x="280" y="719.43" as="targetPoint" />
          </mxGeometry>
        </mxCell>
        <mxCell id="5_z1-Tb_A7Iwx3X07vql-130" parent="1" style="ellipse;whiteSpace=wrap;html=1;fillColor=#33FF33;strokeColor=#33FF33;" value="" vertex="1">
          <mxGeometry height="20" width="20" x="290" y="709.43" as="geometry" />
        </mxCell>
        <mxCell id="5_z1-Tb_A7Iwx3X07vql-132" parent="1" style="text;html=1;whiteSpace=wrap;strokeColor=#FF0000;fillColor=#FFFF00;align=center;verticalAlign=middle;rounded=0;fontSize=10;" value="&lt;font style=&quot;color: rgb(0, 0, 0);&quot;&gt;MUST BE LOW DURING BOOT&lt;/font&gt;" vertex="1">
          <mxGeometry height="20" width="200" x="80" y="670" as="geometry" />
        </mxCell>
        <mxCell id="5_z1-Tb_A7Iwx3X07vql-133" parent="1" style="text;html=1;whiteSpace=wrap;strokeColor=#FF0000;fillColor=#FFFF00;align=center;verticalAlign=middle;rounded=0;fontSize=10;" value="&lt;font style=&quot;color: rgb(0, 0, 0);&quot;&gt;MUST BE HIGH DURING BOOT, PREVENTS STARTUP LOG IF LOW&lt;/font&gt;" vertex="1">
          <mxGeometry height="20" width="201" x="559" y="710" as="geometry" />
        </mxCell>
        <mxCell id="5_z1-Tb_A7Iwx3X07vql-135" parent="1" style="text;html=1;whiteSpace=wrap;strokeColor=#FF0000;fillColor=#FFFF00;align=center;verticalAlign=middle;rounded=0;fontSize=10;" value="&lt;span&gt;&lt;font style=&quot;color: rgb(0, 0, 0);&quot;&gt;MUST BE HIGH DURING BOOT&lt;/font&gt;&lt;/span&gt;" vertex="1">
          <mxGeometry height="20" width="201" x="559" y="510" as="geometry" />
        </mxCell>
        <mxCell id="5_z1-Tb_A7Iwx3X07vql-138" edge="1" parent="1" style="endArrow=none;html=1;rounded=0;" target="5_z1-Tb_A7Iwx3X07vql-137" value="">
          <mxGeometry height="50" relative="1" width="50" as="geometry">
            <mxPoint x="559" y="318.63" as="sourcePoint" />
            <mxPoint x="479" y="318.63" as="targetPoint" />
          </mxGeometry>
        </mxCell>
        <mxCell id="5_z1-Tb_A7Iwx3X07vql-137" parent="1" style="ellipse;whiteSpace=wrap;html=1;fillColor=#FF0000;strokeColor=none;" value="" vertex="1">
          <mxGeometry height="20" width="20" x="529" y="308.63" as="geometry" />
        </mxCell>
        <mxCell id="5_z1-Tb_A7Iwx3X07vql-139" parent="1" style="ellipse;whiteSpace=wrap;html=1;fillColor=#FF0000;strokeColor=none;" value="" vertex="1">
          <mxGeometry height="20" width="20" x="529" y="348.63" as="geometry" />
        </mxCell>
        <mxCell id="5_z1-Tb_A7Iwx3X07vql-143" parent="1" style="text;html=1;whiteSpace=wrap;strokeColor=none;fillColor=none;align=right;verticalAlign=middle;rounded=0;fontSize=10;spacing=0;" value="LOWER MOTOR SPEED CMD (PWM)" vertex="1">
          <mxGeometry height="10" width="200" x="80" y="559.43" as="geometry" />
        </mxCell>
        <mxCell id="5_z1-Tb_A7Iwx3X07vql-144" parent="1" style="text;html=1;whiteSpace=wrap;strokeColor=none;fillColor=none;align=left;verticalAlign=middle;rounded=0;fontSize=10;spacing=0;" value="STATUS LED - GOOD HEALTH" vertex="1">
          <mxGeometry height="10" width="160" x="559" y="233.63000000000002" as="geometry" />
        </mxCell>
        <mxCell id="5_z1-Tb_A7Iwx3X07vql-145" parent="1" style="text;html=1;whiteSpace=wrap;strokeColor=#FF0000;fillColor=#FFFF00;align=center;verticalAlign=middle;rounded=0;fontSize=10;" value="&lt;font style=&quot;color: rgb(0, 0, 0);&quot;&gt;MUST BE LOW DURING BOOT, CONNECTED TO ON_BOARD LED&lt;/font&gt;" vertex="1">
          <mxGeometry height="20" width="201" x="559" y="670" as="geometry" />
        </mxCell>
-         <mxCell id="5_z1-Tb_A7Iwx3X07vql-146" parent="1" style="text;html=1;whiteSpace=wrap;strokeColor=none;fillColor=none;align=left;verticalAlign=middle;rounded=0;fontSize=10;spacing=0;" value="STATUS LED - RED" vertex="1">
+         <mxCell id="5_z1-Tb_A7Iwx3X07vql-146" parent="1" style="text;html=1;whiteSpace=wrap;strokeColor=none;fillColor=none;align=left;verticalAlign=middle;rounded=0;fontSize=10;spacing=0;" value="BUTTON 1" vertex="1">
          <mxGeometry height="10" width="190" x="560" y="554.43" as="geometry" />
        </mxCell>
-         <mxCell id="5_z1-Tb_A7Iwx3X07vql-147" parent="1" style="text;html=1;whiteSpace=wrap;strokeColor=none;fillColor=none;align=left;verticalAlign=middle;rounded=0;fontSize=10;spacing=0;" value="STATUS LED - GREEN" vertex="1">
+         <mxCell id="5_z1-Tb_A7Iwx3X07vql-147" parent="1" style="text;html=1;whiteSpace=wrap;strokeColor=none;fillColor=none;align=left;verticalAlign=middle;rounded=0;fontSize=10;spacing=0;" value="BUTTON 2" vertex="1">
          <mxGeometry height="10" width="190" x="560" y="593.63" as="geometry" />
-         </mxCell>
-         <mxCell id="5_z1-Tb_A7Iwx3X07vql-148" parent="1" style="text;html=1;whiteSpace=wrap;strokeColor=none;fillColor=none;align=left;verticalAlign=middle;rounded=0;fontSize=10;spacing=0;" value="STATUS LED - BLUE" vertex="1">
-           <mxGeometry height="10" width="190" x="559" y="633.63" as="geometry" />
        </mxCell>
        <mxCell id="s4XfXdhlLAv_4zr9e9yu-3" edge="1" parent="1" style="endArrow=none;html=1;rounded=0;" value="">
          <mxGeometry height="50" relative="1" width="50" as="geometry">
            <mxPoint x="299.93" y="324.43" as="sourcePoint" />
            <mxPoint x="299.93" y="314.43" as="targetPoint" />
          </mxGeometry>
        </mxCell>
        <mxCell id="s4XfXdhlLAv_4zr9e9yu-4" edge="1" parent="1" style="endArrow=none;html=1;rounded=0;" value="">
          <mxGeometry height="50" relative="1" width="50" as="geometry">
            <mxPoint x="299.91" y="284.43" as="sourcePoint" />
            <mxPoint x="299.91" y="274.43" as="targetPoint" />
          </mxGeometry>
        </mxCell>
        <mxCell id="s4XfXdhlLAv_4zr9e9yu-5" edge="1" parent="1" style="endArrow=none;html=1;rounded=0;" value="">
          <mxGeometry height="50" relative="1" width="50" as="geometry">
            <mxPoint x="299.93" y="364.43" as="sourcePoint" />
            <mxPoint x="299.93" y="354.43" as="targetPoint" />
          </mxGeometry>
        </mxCell>
        <mxCell id="s4XfXdhlLAv_4zr9e9yu-6" edge="1" parent="1" style="endArrow=none;html=1;rounded=0;" value="">
          <mxGeometry height="50" relative="1" width="50" as="geometry">
            <mxPoint x="299.93" y="404.43" as="sourcePoint" />
            <mxPoint x="299.93" y="394.43" as="targetPoint" />
          </mxGeometry>
        </mxCell>
      </root>
    </mxGraphModel>
  </diagram>
</mxfile>
